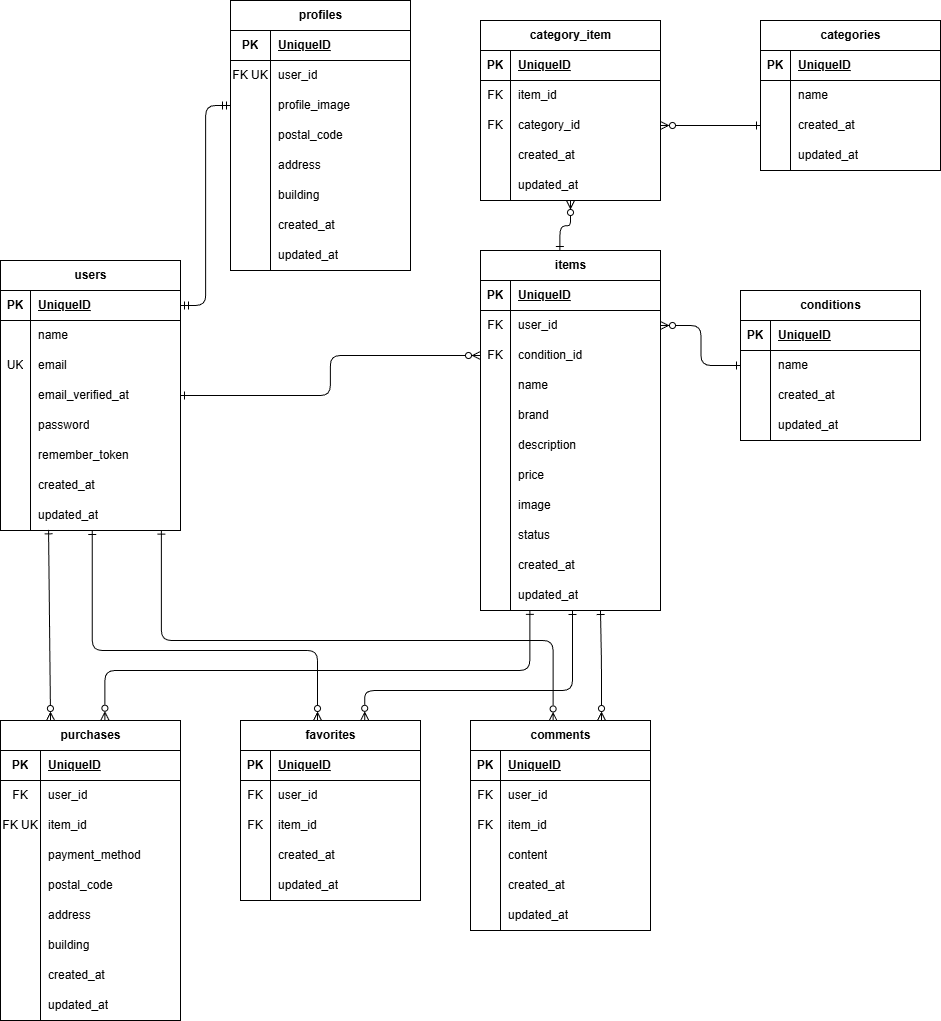
syosinsyananasi/coachtech-fleamarket keeps this draw.io diagram as docs/er-diagram.png. Above is the earlier version. Source tidied: cells renumbered, new cells last; positions are measured from the earlier drawing's top-left corner, leaving out a move shared by most shapes.
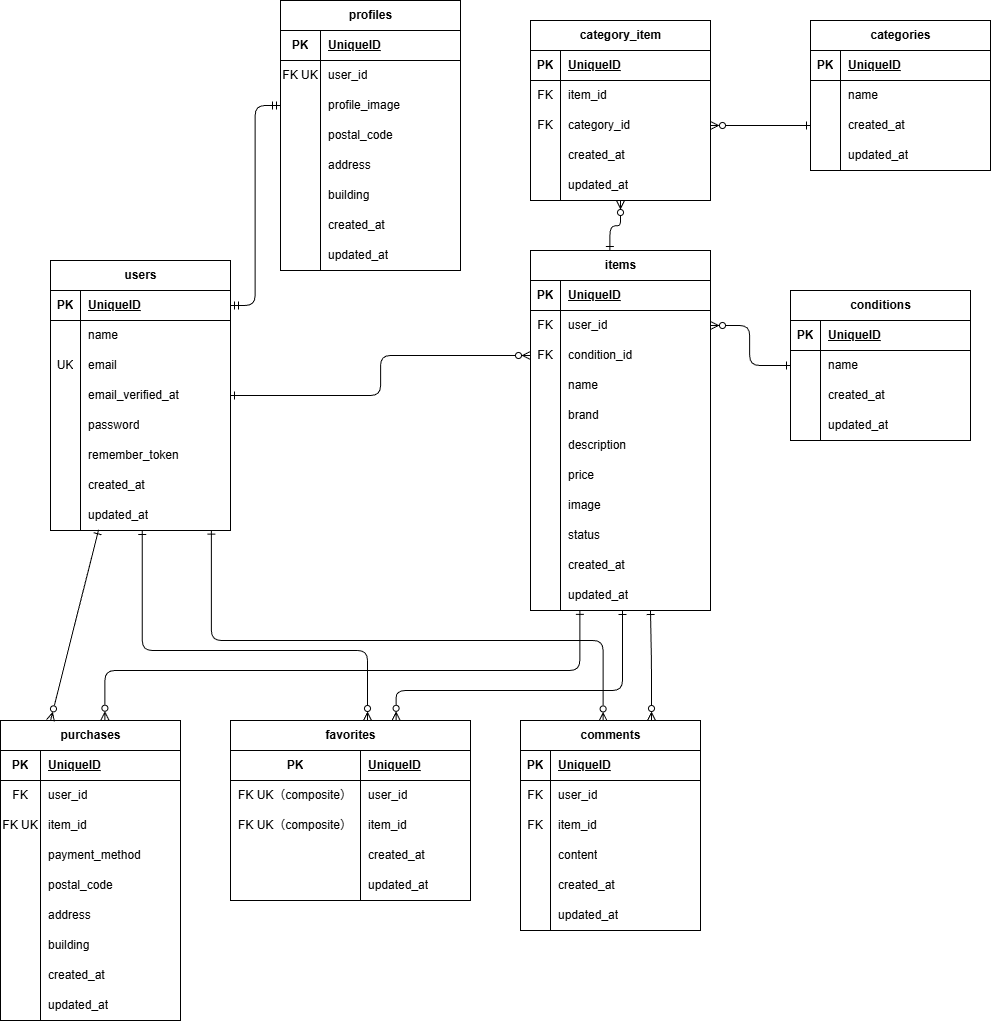
After the change.

Commit message:
いいね 複合ユニークに変更

Diff of the diagram source:
```diff
@@ -255,7 +255,7 @@
       <mxGeometry x="30" width="150" height="30" as="geometry" />
     </mxCell>
     <mxCell id="86" value="purchases" style="shape=table;startSize=30;rowLines=0;fontStyle=1;align=center;html=1;" parent="1" vertex="1">
-      <mxGeometry y="720" width="180" height="300" as="geometry" />
+      <mxGeometry x="-50" y="720" width="180" height="300" as="geometry" />
     </mxCell>
     <mxCell id="87" style="shape=tableRow;horizontal=0;startSize=0;swimlaneHead=0;swimlaneBody=0;fillColor=none;top=0;left=0;right=0;bottom=1;" parent="86" vertex="1">
       <mxGeometry y="30" width="180" height="30" as="geometry" />
@@ -339,52 +339,52 @@
       <mxGeometry x="40" width="140" height="30" as="geometry" />
     </mxCell>
     <mxCell id="114" value="favorites" style="shape=table;startSize=30;rowLines=0;fontStyle=1;align=center;html=1;" parent="1" vertex="1">
-      <mxGeometry x="240" y="720" width="180" height="180" as="geometry" />
+      <mxGeometry x="180" y="720" width="240" height="180" as="geometry" />
     </mxCell>
     <mxCell id="115" style="shape=tableRow;horizontal=0;startSize=0;swimlaneHead=0;swimlaneBody=0;fillColor=none;top=0;left=0;right=0;bottom=1;" parent="114" vertex="1">
-      <mxGeometry y="30" width="180" height="30" as="geometry" />
+      <mxGeometry y="30" width="240" height="30" as="geometry" />
     </mxCell>
     <mxCell id="116" value="PK" style="shape=partialRectangle;fillColor=none;top=0;left=0;bottom=0;right=0;fontStyle=1;overflow=hidden;whiteSpace=wrap;html=1;" parent="115" vertex="1">
-      <mxGeometry width="30" height="30" as="geometry" />
+      <mxGeometry width="130" height="30" as="geometry" />
     </mxCell>
     <mxCell id="117" value="UniqueID" style="shape=partialRectangle;fillColor=none;top=0;left=0;bottom=0;right=0;align=left;spacingLeft=6;fontStyle=5;overflow=hidden;whiteSpace=wrap;html=1;" parent="115" vertex="1">
-      <mxGeometry x="30" width="150" height="30" as="geometry" />
+      <mxGeometry x="130" width="110" height="30" as="geometry" />
     </mxCell>
     <mxCell id="118" style="shape=tableRow;horizontal=0;startSize=0;swimlaneHead=0;swimlaneBody=0;fillColor=none;top=0;left=0;right=0;bottom=0;" parent="114" vertex="1">
-      <mxGeometry y="60" width="180" height="30" as="geometry" />
+      <mxGeometry y="60" width="240" height="30" as="geometry" />
     </mxCell>
-    <mxCell id="119" value="&lt;span style=&quot;color: rgb(0, 0, 0);&quot;&gt;FK&lt;/span&gt;" style="shape=partialRectangle;fillColor=none;top=0;left=0;bottom=0;right=0;overflow=hidden;whiteSpace=wrap;html=1;" parent="118" vertex="1">
-      <mxGeometry width="30" height="30" as="geometry" />
+    <mxCell id="119" value="&lt;div&gt;FK&amp;nbsp;UK（composite）&lt;/div&gt;" style="shape=partialRectangle;fillColor=none;top=0;left=0;bottom=0;right=0;overflow=hidden;whiteSpace=wrap;html=1;" parent="118" vertex="1">
+      <mxGeometry width="130" height="30" as="geometry" />
     </mxCell>
     <mxCell id="120" value="user_id" style="shape=partialRectangle;fillColor=none;top=0;left=0;bottom=0;right=0;align=left;spacingLeft=6;overflow=hidden;whiteSpace=wrap;html=1;" parent="118" vertex="1">
-      <mxGeometry x="30" width="150" height="30" as="geometry" />
+      <mxGeometry x="130" width="110" height="30" as="geometry" />
     </mxCell>
     <mxCell id="121" style="shape=tableRow;horizontal=0;startSize=0;swimlaneHead=0;swimlaneBody=0;fillColor=none;top=0;left=0;right=0;bottom=0;" parent="114" vertex="1">
-      <mxGeometry y="90" width="180" height="30" as="geometry" />
+      <mxGeometry y="90" width="240" height="30" as="geometry" />
     </mxCell>
-    <mxCell id="122" value="&lt;span style=&quot;color: rgb(0, 0, 0);&quot;&gt;FK&lt;/span&gt;" style="shape=partialRectangle;fillColor=none;top=0;left=0;bottom=0;right=0;overflow=hidden;whiteSpace=wrap;html=1;" parent="121" vertex="1">
-      <mxGeometry width="30" height="30" as="geometry" />
+    <mxCell id="122" value="&lt;span style=&quot;color: rgb(0, 0, 0);&quot;&gt;FK&amp;nbsp;UK（composite）&lt;/span&gt;" style="shape=partialRectangle;fillColor=none;top=0;left=0;bottom=0;right=0;overflow=hidden;whiteSpace=wrap;html=1;" parent="121" vertex="1">
+      <mxGeometry width="130" height="30" as="geometry" />
     </mxCell>
     <mxCell id="123" value="item_id" style="shape=partialRectangle;fillColor=none;top=0;left=0;bottom=0;right=0;align=left;spacingLeft=6;overflow=hidden;whiteSpace=wrap;html=1;" parent="121" vertex="1">
-      <mxGeometry x="30" width="150" height="30" as="geometry" />
+      <mxGeometry x="130" width="110" height="30" as="geometry" />
     </mxCell>
     <mxCell id="124" style="shape=tableRow;horizontal=0;startSize=0;swimlaneHead=0;swimlaneBody=0;fillColor=none;top=0;left=0;right=0;bottom=0;" parent="114" vertex="1">
-      <mxGeometry y="120" width="180" height="30" as="geometry" />
+      <mxGeometry y="120" width="240" height="30" as="geometry" />
     </mxCell>
     <mxCell id="125" style="shape=partialRectangle;fillColor=none;top=0;left=0;bottom=0;right=0;overflow=hidden;whiteSpace=wrap;html=1;" parent="124" vertex="1">
-      <mxGeometry width="30" height="30" as="geometry" />
+      <mxGeometry width="130" height="30" as="geometry" />
     </mxCell>
     <mxCell id="126" value="created_at" style="shape=partialRectangle;fillColor=none;top=0;left=0;bottom=0;right=0;align=left;spacingLeft=6;overflow=hidden;whiteSpace=wrap;html=1;" parent="124" vertex="1">
-      <mxGeometry x="30" width="150" height="30" as="geometry" />
+      <mxGeometry x="130" width="110" height="30" as="geometry" />
     </mxCell>
     <mxCell id="127" style="shape=tableRow;horizontal=0;startSize=0;swimlaneHead=0;swimlaneBody=0;fillColor=none;top=0;left=0;right=0;bottom=0;" parent="114" vertex="1">
-      <mxGeometry y="150" width="180" height="30" as="geometry" />
+      <mxGeometry y="150" width="240" height="30" as="geometry" />
     </mxCell>
     <mxCell id="128" style="shape=partialRectangle;fillColor=none;top=0;left=0;bottom=0;right=0;overflow=hidden;whiteSpace=wrap;html=1;" parent="127" vertex="1">
-      <mxGeometry width="30" height="30" as="geometry" />
+      <mxGeometry width="130" height="30" as="geometry" />
     </mxCell>
     <mxCell id="129" value="updated_at" style="shape=partialRectangle;fillColor=none;top=0;left=0;bottom=0;right=0;align=left;spacingLeft=6;overflow=hidden;whiteSpace=wrap;html=1;" parent="127" vertex="1">
-      <mxGeometry x="30" width="150" height="30" as="geometry" />
+      <mxGeometry x="130" width="110" height="30" as="geometry" />
     </mxCell>
     <mxCell id="130" value="comments" style="shape=table;startSize=30;rowLines=0;fontStyle=1;align=center;html=1;" parent="1" vertex="1">
       <mxGeometry x="470" y="720" width="180" height="210" as="geometry" />
```
